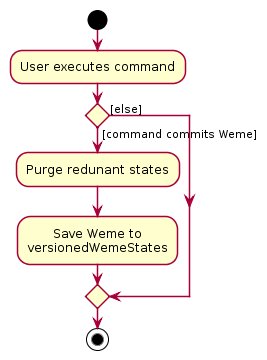
The PlantUML diagram docs/images/CommitActivityDiagram.png in nus-cs2103-AY1920S1/addressbook-level3, before a commit.
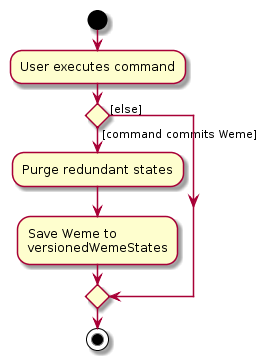
Above is the later version.

Diff of the diagram source:
```diff
@@ -1,60 +1,10 @@
 @startuml
-
-
-
-
-
-
-
-
-skinparam BackgroundColor #FFFFFFF
-
-skinparam Shadowing false
-
-skinparam Class {
-    FontColor #FFFFFF
-    BorderThickness 1
-    BorderColor #FFFFFF
-    StereotypeFontColor #FFFFFF
-    FontName Arial
-}
-
-skinparam Actor {
-    BorderColor #000000
-    Color #000000
-    FontName Arial
-}
-
-skinparam Sequence {
-    MessageAlign center
-    BoxFontSize 15
-    BoxPadding 0
-    BoxFontColor #FFFFFF
-    FontName Arial
-}
-
-skinparam Participant {
-    FontColor #FFFFFFF
-    Padding 20
-}
-
-skinparam MinClassWidth 50
-skinparam ParticipantPadding 10
-skinparam Shadowing false
-skinparam DefaultTextAlignment center
-skinparam packageStyle Rectangle
-
-hide footbox
-hide members
-hide circle
-
-
 start
 :User executes command;
 
 
 if () then ([command commits Weme])
-    :Purge redunant states;
+    :Purge redundant states;
     :Save Weme to
     versionedWemeStates;
 else ([else])
```
